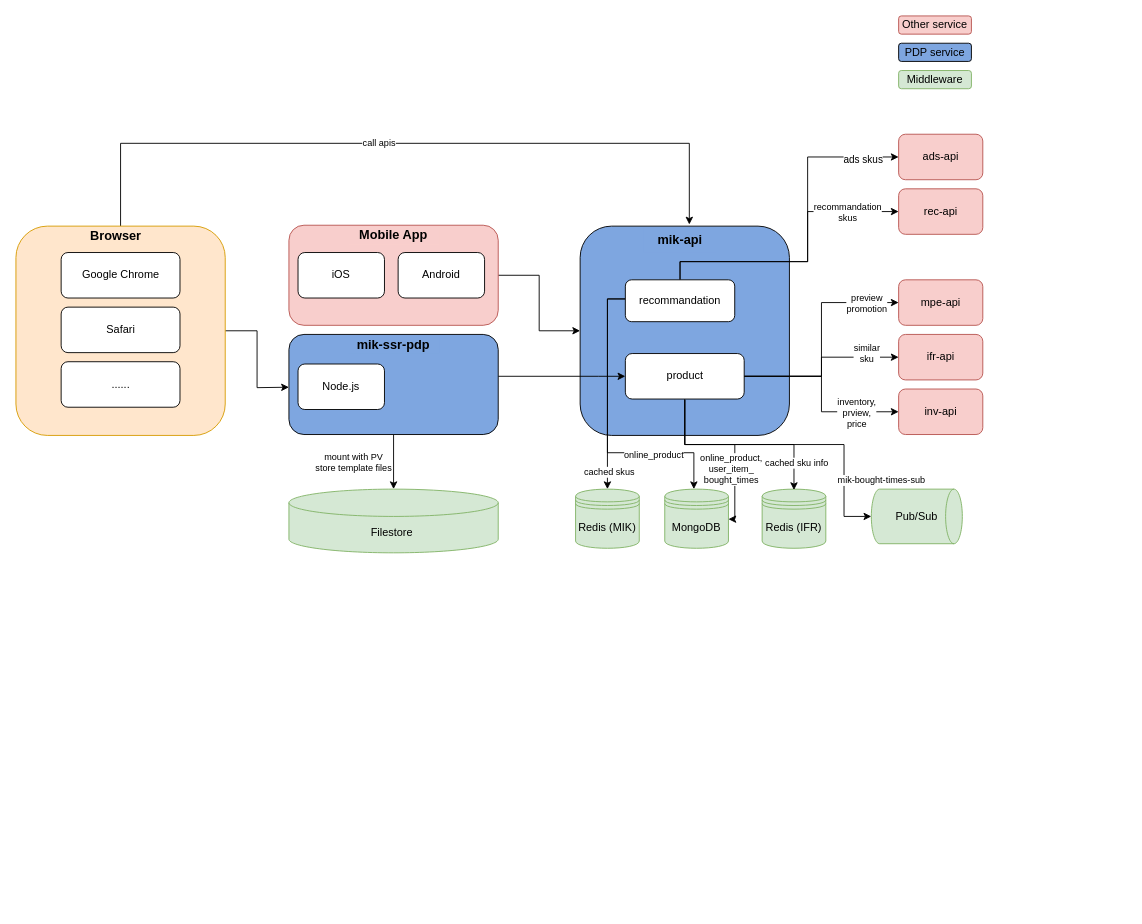
This is Untitled Diagram.drawio from SaberBing/architect-awesome, a draw.io file, before an edit. Source tidied: cells renumbered, new cells numbered last; positions are measured from the earlier drawing's top-left corner, leaving out a move shared by most shapes. Both pictures are drawn from the tidied source at 91%, with x=0, y=0 at pixel (15, 15).
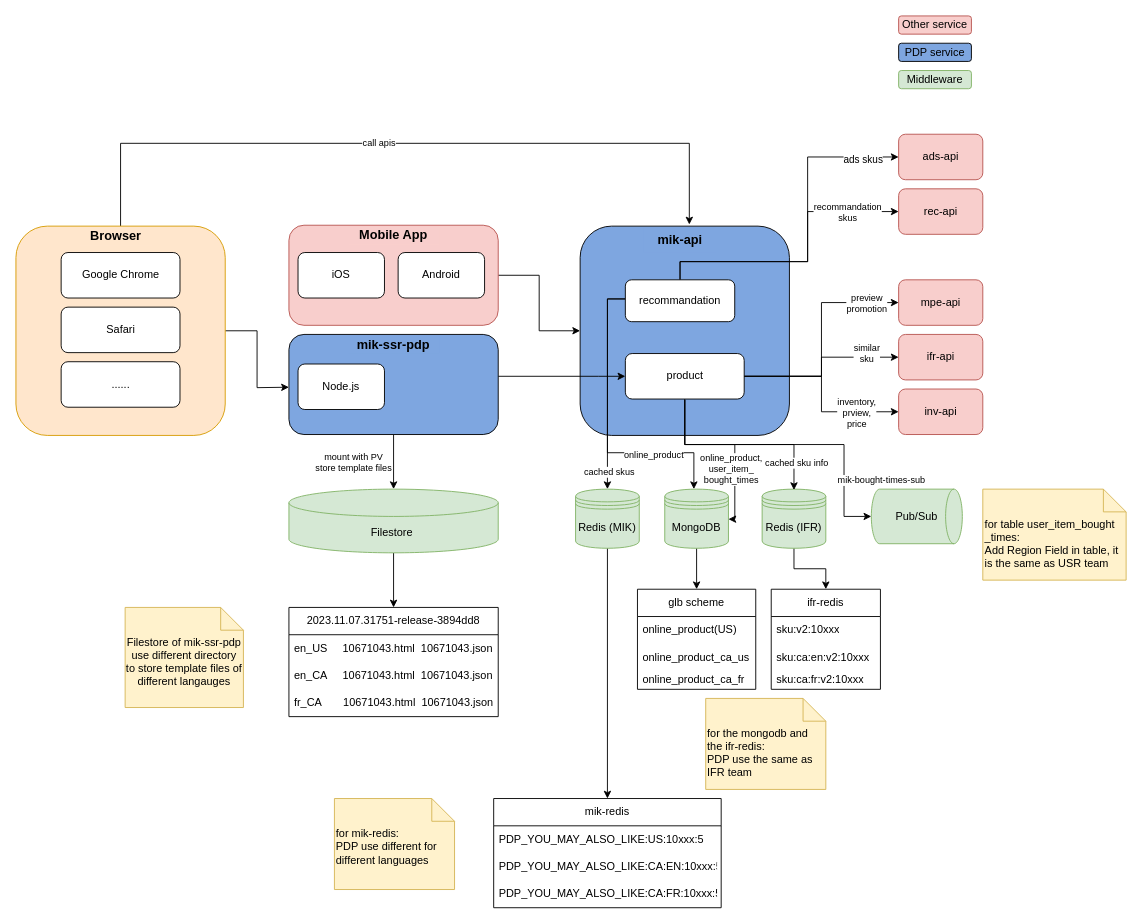
The same diagram, later.

Unchanged cells that the change refers to:
```xml
<mxCell id="3" value="&lt;font style=&quot;font-size: 12px;&quot;&gt;MongoDB&lt;/font&gt;" style="shape=datastore;whiteSpace=wrap;html=1;fillStyle=auto;fontSize=10;strokeWidth=1;fillColor=#d5e8d4;strokeColor=#82b366;" parent="1" vertex="1">
  <mxGeometry x="713" y="520" width="70" height="65" as="geometry" />
</mxCell>
<mxCell id="10" value="Filestore&amp;nbsp;" style="shape=cylinder3;whiteSpace=wrap;html=1;boundedLbl=1;backgroundOutline=1;size=15;shadow=0;glass=0;sketch=0;fillStyle=auto;fontSize=12;strokeWidth=1;fillColor=#d5e8d4;strokeColor=#82b366;" parent="1" vertex="1">
  <mxGeometry x="300" y="520" width="230" height="70" as="geometry" />
</mxCell>
<mxCell id="11" value="&lt;font style=&quot;font-size: 12px;&quot;&gt;Redis (IFR)&lt;/font&gt;" style="shape=datastore;whiteSpace=wrap;html=1;fillStyle=auto;fontSize=10;strokeWidth=1;fillColor=#d5e8d4;strokeColor=#82b366;" parent="1" vertex="1">
  <mxGeometry x="820" y="520" width="70" height="65" as="geometry" />
</mxCell>
<mxCell id="13" value="&lt;font style=&quot;font-size: 12px;&quot;&gt;Redis (MIK)&lt;/font&gt;" style="shape=datastore;whiteSpace=wrap;html=1;fillStyle=auto;fontSize=10;strokeWidth=1;fillColor=#d5e8d4;strokeColor=#82b366;" parent="1" vertex="1">
  <mxGeometry x="615" y="520" width="70" height="65" as="geometry" />
</mxCell>
```

Change to the diagram source:
```diff
@@
+    <mxCell id="58" style="edgeStyle=orthogonalEdgeStyle;rounded=0;jettySize=auto;html=1;entryX=0.5;entryY=0;entryDx=0;entryDy=0;" parent="1" edge="1" source="3" target="67">
+      <mxGeometry relative="1" as="geometry" />
+    </mxCell>
@@
+    <mxCell id="59" style="edgeStyle=orthogonalEdgeStyle;rounded=0;jettySize=auto;html=1;entryX=0.5;entryY=0;entryDx=0;entryDy=0;" parent="1" edge="1" source="10" target="62">
+      <mxGeometry relative="1" as="geometry" />
+    </mxCell>
@@
+    <mxCell id="60" style="edgeStyle=orthogonalEdgeStyle;rounded=0;jettySize=auto;html=1;entryX=0.5;entryY=0;entryDx=0;entryDy=0;" parent="1" edge="1" source="11" target="71">
+      <mxGeometry relative="1" as="geometry" />
+    </mxCell>
@@
+    <mxCell id="61" style="edgeStyle=orthogonalEdgeStyle;rounded=0;jettySize=auto;html=1;entryX=0.5;entryY=0;entryDx=0;entryDy=0;" parent="1" edge="1" source="13" target="76">
+      <mxGeometry relative="1" as="geometry" />
+    </mxCell>
@@
+    <mxCell id="62" value="2023.11.07.31751-release-3894dd8" style="swimlane;fontStyle=0;horizontal=1;startSize=30;whiteSpace=wrap;html=1;" parent="1" vertex="1">
+      <mxGeometry x="300" y="650" width="230" height="120" as="geometry" />
+    </mxCell>
+    <mxCell id="63" value="en_US&amp;nbsp;&lt;span style=&quot;&quot;&gt;&lt;span style=&quot;&quot;&gt;&amp;nbsp;&amp;nbsp;&amp;nbsp;&amp;nbsp;&lt;/span&gt;&lt;/span&gt;10671043.html&lt;span style=&quot;&quot;&gt;&lt;span style=&quot;white-space: pre;&quot;&gt;&amp;nbsp;&amp;nbsp;&lt;/span&gt;&lt;/span&gt;10671043.json" style="text;strokeColor=none;fillColor=none;align=left;verticalAlign=middle;spacingLeft=4;spacingRight=4;overflow=hidden;whiteSpace=wrap;html=1;" parent="62" vertex="1">
+      <mxGeometry y="30" width="230" height="30" as="geometry" />
+    </mxCell>
+    <mxCell id="64" value="en_CA&lt;span style=&quot;&quot;&gt;&lt;span style=&quot;white-space: pre;&quot;&gt;&amp;nbsp;&amp;nbsp;&amp;nbsp;&amp;nbsp; &lt;/span&gt;&lt;/span&gt;10671043.html&amp;nbsp; 10671043.json" style="text;strokeColor=none;fillColor=none;align=left;verticalAlign=middle;spacingLeft=4;spacingRight=4;overflow=hidden;whiteSpace=wrap;html=1;" parent="62" vertex="1">
+      <mxGeometry y="60" width="230" height="30" as="geometry" />
+    </mxCell>
+    <mxCell id="65" value="fr_CA&lt;span style=&quot;&quot;&gt;&lt;span style=&quot;white-space: pre;&quot;&gt;&amp;nbsp;&amp;nbsp;&amp;nbsp;&amp;nbsp;   &lt;/span&gt;&lt;/span&gt;10671043.html&amp;nbsp;&amp;nbsp;&lt;span style=&quot;border-color: var(--border-color);&quot;&gt;&lt;/span&gt;10671043.json" style="text;strokeColor=none;fillColor=none;align=left;verticalAlign=middle;spacingLeft=4;spacingRight=4;overflow=hidden;whiteSpace=wrap;html=1;" parent="62" vertex="1">
+      <mxGeometry y="90" width="230" height="30" as="geometry" />
+    </mxCell>
+    <mxCell id="66" value="Filestore of mik-ssr-pdp&lt;br&gt;use different directory to store template files of different langauges" style="shape=note2;boundedLbl=1;whiteSpace=wrap;html=1;size=25;verticalAlign=top;align=center;fillColor=#fff2cc;strokeColor=#d6b656;" parent="1" vertex="1">
+      <mxGeometry x="120" y="650" width="130" height="110" as="geometry" />
+    </mxCell>
+    <mxCell id="67" value="glb scheme" style="swimlane;fontStyle=0;horizontal=1;startSize=30;whiteSpace=wrap;html=1;" parent="1" vertex="1">
+      <mxGeometry x="683" y="630" width="130" height="110" as="geometry" />
+    </mxCell>
+    <mxCell id="68" value="online_product(US)" style="text;strokeColor=none;fillColor=none;align=left;verticalAlign=middle;spacingLeft=4;spacingRight=4;overflow=hidden;whiteSpace=wrap;html=1;" parent="67" vertex="1">
+      <mxGeometry y="30" width="130" height="30" as="geometry" />
+    </mxCell>
+    <mxCell id="69" value="online_product_ca_us" style="text;strokeColor=none;fillColor=none;align=left;verticalAlign=middle;spacingLeft=4;spacingRight=4;overflow=hidden;whiteSpace=wrap;html=1;" parent="67" vertex="1">
+      <mxGeometry y="60" width="130" height="30" as="geometry" />
+    </mxCell>
+    <mxCell id="70" value="online_product_ca_fr" style="text;strokeColor=none;fillColor=none;align=left;verticalAlign=middle;spacingLeft=4;spacingRight=4;overflow=hidden;whiteSpace=wrap;html=1;" parent="67" vertex="1">
+      <mxGeometry y="90" width="130" height="20" as="geometry" />
+    </mxCell>
+    <mxCell id="71" value="ifr-redis" style="swimlane;fontStyle=0;horizontal=1;startSize=30;whiteSpace=wrap;html=1;" parent="1" vertex="1">
+      <mxGeometry x="830" y="630" width="120" height="110" as="geometry" />
+    </mxCell>
+    <mxCell id="72" value="sku:v2:10xxx" style="text;strokeColor=none;fillColor=none;align=left;verticalAlign=middle;spacingLeft=4;spacingRight=4;overflow=hidden;whiteSpace=wrap;html=1;" parent="71" vertex="1">
+      <mxGeometry y="30" width="120" height="30" as="geometry" />
+    </mxCell>
+    <mxCell id="73" value="sku:ca:en:v2:10xxx" style="text;strokeColor=none;fillColor=none;align=left;verticalAlign=middle;spacingLeft=4;spacingRight=4;overflow=hidden;whiteSpace=wrap;html=1;" parent="71" vertex="1">
+      <mxGeometry y="60" width="120" height="30" as="geometry" />
+    </mxCell>
+    <mxCell id="74" value="sku:ca:fr:v2:10xxx" style="text;strokeColor=none;fillColor=none;align=left;verticalAlign=middle;spacingLeft=4;spacingRight=4;overflow=hidden;whiteSpace=wrap;html=1;" parent="71" vertex="1">
+      <mxGeometry y="90" width="120" height="20" as="geometry" />
+    </mxCell>
+    <mxCell id="75" value="&lt;div&gt;for the mongodb and the ifr-redis:&amp;nbsp;&lt;/div&gt;&lt;div&gt;PDP use the same as IFR team&lt;/div&gt;" style="shape=note2;boundedLbl=1;whiteSpace=wrap;html=1;size=25;verticalAlign=top;align=left;fillColor=#fff2cc;strokeColor=#d6b656;" parent="1" vertex="1">
+      <mxGeometry x="758" y="750" width="132" height="100" as="geometry" />
+    </mxCell>
+    <mxCell id="76" value="mik-redis" style="swimlane;fontStyle=0;horizontal=1;startSize=30;whiteSpace=wrap;html=1;" parent="1" vertex="1">
+      <mxGeometry x="525" y="860" width="250" height="120" as="geometry" />
+    </mxCell>
+    <mxCell id="77" value="PDP_YOU_MAY_ALSO_LIKE:US:10xxx:5" style="text;strokeColor=none;fillColor=none;align=left;verticalAlign=middle;spacingLeft=4;spacingRight=4;overflow=hidden;whiteSpace=wrap;html=1;" parent="76" vertex="1">
+      <mxGeometry y="30" width="250" height="30" as="geometry" />
+    </mxCell>
+    <mxCell id="78" value="PDP_YOU_MAY_ALSO_LIKE:CA:EN:10xxx:5" style="text;strokeColor=none;fillColor=none;align=left;verticalAlign=middle;spacingLeft=4;spacingRight=4;overflow=hidden;whiteSpace=wrap;html=1;" parent="76" vertex="1">
+      <mxGeometry y="60" width="250" height="30" as="geometry" />
+    </mxCell>
+    <mxCell id="79" value="PDP_YOU_MAY_ALSO_LIKE:CA:FR:10xxx:5" style="text;strokeColor=none;fillColor=none;align=left;verticalAlign=middle;spacingLeft=4;spacingRight=4;overflow=hidden;whiteSpace=wrap;html=1;" parent="76" vertex="1">
+      <mxGeometry y="90" width="250" height="30" as="geometry" />
+    </mxCell>
+    <mxCell id="80" value="&lt;div&gt;for mik-redis:&amp;nbsp;&lt;/div&gt;&lt;div&gt;PDP use different for different languages&lt;/div&gt;" style="shape=note2;boundedLbl=1;whiteSpace=wrap;html=1;size=25;verticalAlign=top;align=left;fillColor=#fff2cc;strokeColor=#d6b656;" parent="1" vertex="1">
+      <mxGeometry x="350" y="860" width="132" height="100" as="geometry" />
+    </mxCell>
+    <mxCell id="81" value="&lt;div&gt;for table user_item_bought&lt;br&gt;_times:&amp;nbsp;&lt;/div&gt;&lt;div&gt;Add Region Field in table, it is the same as USR team&lt;/div&gt;" style="shape=note2;boundedLbl=1;whiteSpace=wrap;html=1;size=25;verticalAlign=top;align=left;fillColor=#fff2cc;strokeColor=#d6b656;" parent="1" vertex="1">
+      <mxGeometry x="1062.5" y="520" width="157.5" height="100" as="geometry" />
+    </mxCell>
```
